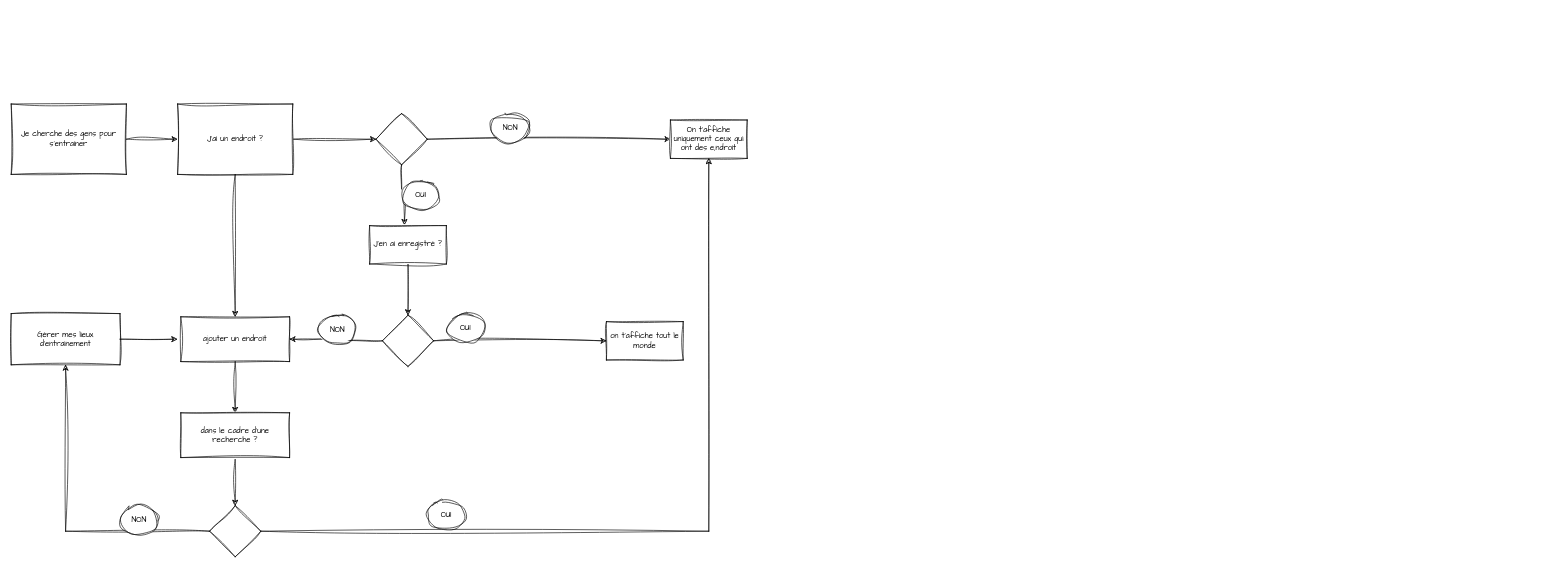
Above: Untitled Diagram.drawio in lnimong/azeproject (draw.io), before the change. Source tidied: cells renumbered, new cells numbered last; positions are measured from the earlier drawing's top-left corner, leaving out a move shared by most shapes. Both pictures are drawn from the tidied source at 64%, with x=0, y=0 at pixel (11, 104).
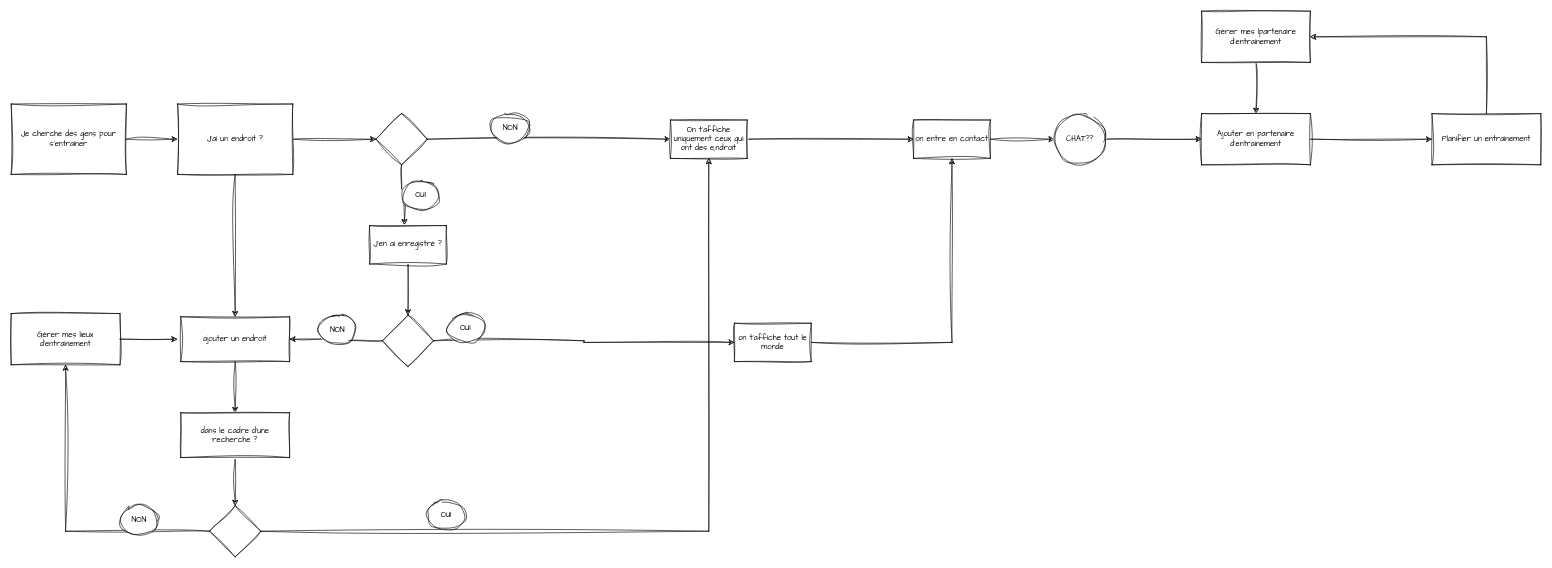
Above is the later version.

Unchanged cells that the change refers to:
```xml
<mxCell id="10" value="On t'affiche uniquement ceux qui ont des e,ndroit" style="whiteSpace=wrap;html=1;fontFamily=Architects Daughter;rounded=0;sketch=1;hachureGap=4;jiggle=2;curveFitting=1;" parent="1" vertex="1">
  <mxGeometry x="1030" y="25" width="120" height="60" as="geometry" />
</mxCell>
```

Diff of the diagram source:
```diff
@@
+    <mxCell id="32" style="edgeStyle=orthogonalEdgeStyle;rounded=0;sketch=1;hachureGap=4;jiggle=2;curveFitting=1;jettySize=auto;html=1;fontFamily=Architects Daughter;" parent="1" edge="1" source="10" target="37">
+      <mxGeometry relative="1" as="geometry" />
+    </mxCell>
@@
+    <mxCell id="33" style="edgeStyle=orthogonalEdgeStyle;rounded=0;sketch=1;hachureGap=4;jiggle=2;curveFitting=1;jettySize=auto;html=1;fontFamily=Architects Daughter;" parent="1" edge="1" source="11" target="37">
+      <mxGeometry relative="1" as="geometry" />
+    </mxCell>
     <mxCell id="11" value="on t'affiche tout le monde" style="whiteSpace=wrap;html=1;fontFamily=Architects Daughter;rounded=0;sketch=1;hachureGap=4;jiggle=2;curveFitting=1;" parent="1" vertex="1">
-      <mxGeometry x="930" y="340" width="120" height="60" as="geometry" />
+      <mxGeometry x="1130" y="342.5" width="120" height="60" as="geometry" />
     </mxCell>
@@
+    <mxCell id="34" style="edgeStyle=orthogonalEdgeStyle;rounded=0;sketch=1;hachureGap=4;jiggle=2;curveFitting=1;jettySize=auto;html=1;fontFamily=Architects Daughter;" parent="1" edge="1" source="35" target="41">
+      <mxGeometry relative="1" as="geometry" />
+    </mxCell>
+    <mxCell id="35" value="Gérer mes lpartenaire d'entrainement" style="rounded=0;whiteSpace=wrap;html=1;sketch=1;hachureGap=4;jiggle=2;curveFitting=1;fontFamily=Architects Daughter;" parent="1" vertex="1">
+      <mxGeometry x="1860" y="-145" width="170" height="80" as="geometry" />
+    </mxCell>
+    <mxCell id="36" style="edgeStyle=orthogonalEdgeStyle;rounded=0;sketch=1;hachureGap=4;jiggle=2;curveFitting=1;jettySize=auto;html=1;fontFamily=Architects Daughter;" parent="1" edge="1" source="37" target="39">
+      <mxGeometry relative="1" as="geometry" />
+    </mxCell>
+    <mxCell id="37" value="on entre en contact" style="whiteSpace=wrap;html=1;fontFamily=Architects Daughter;rounded=0;sketch=1;hachureGap=4;jiggle=2;curveFitting=1;" parent="1" vertex="1">
+      <mxGeometry x="1410" y="25" width="120" height="60" as="geometry" />
+    </mxCell>
+    <mxCell id="38" style="edgeStyle=orthogonalEdgeStyle;rounded=0;sketch=1;hachureGap=4;jiggle=2;curveFitting=1;jettySize=auto;html=1;fontFamily=Architects Daughter;entryX=0;entryY=0.5;entryDx=0;entryDy=0;" parent="1" edge="1" source="39" target="41">
+      <mxGeometry relative="1" as="geometry" />
+    </mxCell>
+    <mxCell id="39" value="CHAT??" style="ellipse;whiteSpace=wrap;html=1;fontFamily=Architects Daughter;rounded=0;sketch=1;hachureGap=4;jiggle=2;curveFitting=1;" parent="1" vertex="1">
+      <mxGeometry x="1630" y="15" width="80" height="80" as="geometry" />
+    </mxCell>
+    <mxCell id="40" style="edgeStyle=orthogonalEdgeStyle;rounded=0;sketch=1;hachureGap=4;jiggle=2;curveFitting=1;jettySize=auto;html=1;entryX=0;entryY=0.5;entryDx=0;entryDy=0;fontFamily=Architects Daughter;" parent="1" edge="1" source="41" target="42">
+      <mxGeometry relative="1" as="geometry" />
+    </mxCell>
+    <mxCell id="41" value="Ajouter en partenaire d'entrainement" style="rounded=0;whiteSpace=wrap;html=1;sketch=1;hachureGap=4;jiggle=2;curveFitting=1;fontFamily=Architects Daughter;" parent="1" vertex="1">
+      <mxGeometry x="1860" y="15" width="170" height="80" as="geometry" />
+    </mxCell>
+    <mxCell id="42" value="Planifier un entrainement" style="rounded=0;whiteSpace=wrap;html=1;sketch=1;hachureGap=4;jiggle=2;curveFitting=1;fontFamily=Architects Daughter;" parent="1" vertex="1">
+      <mxGeometry x="2220" y="15" width="170" height="80" as="geometry" />
+    </mxCell>
+    <mxCell id="43" style="edgeStyle=orthogonalEdgeStyle;rounded=0;sketch=1;hachureGap=4;jiggle=2;curveFitting=1;jettySize=auto;html=1;fontFamily=Architects Daughter;exitX=0.5;exitY=0;exitDx=0;exitDy=0;entryX=1;entryY=0.5;entryDx=0;entryDy=0;" parent="1" edge="1" source="42" target="35">
+      <mxGeometry relative="1" as="geometry" />
+    </mxCell>
```
